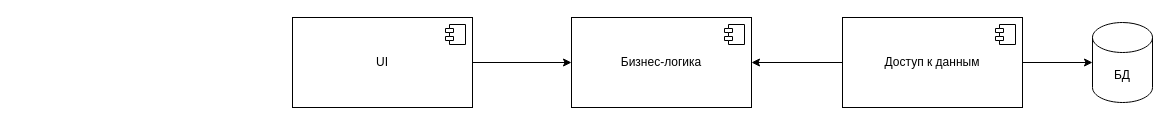
AnGREATern/RomBet keeps this draw.io diagram as report/schm/cd.drawio. Above is the earlier version. Source tidied: cells renumbered, new cells numbered last; positions are measured from the earlier drawing's top-left corner, leaving out a move shared by most shapes. Both pictures are drawn from the tidied source at 100%, with x=0, y=0 at pixel (292, 17).
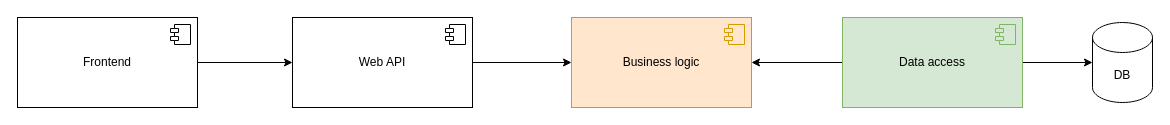
The same page after the edit.

Commit message (it also covers changes not shown here):
Add colors for categorized components, edit UML

The edit, as a diff of the source:
```diff
@@
 <mxGraphModel>
   <root>
     <mxCell id="0" />
     <mxCell id="1" parent="0" />
-    <mxCell id="2" value="БД" style="shape=cylinder3;whiteSpace=wrap;html=1;boundedLbl=1;backgroundOutline=1;size=15;" parent="1" vertex="1">
+    <mxCell id="2" value="DB" style="shape=cylinder3;whiteSpace=wrap;html=1;boundedLbl=1;backgroundOutline=1;size=15;" parent="1" vertex="1">
       <mxGeometry x="800" y="5" width="60" height="80" as="geometry" />
     </mxCell>
     <mxCell id="3" style="edgeStyle=none;html=1;exitX=1;exitY=0.5;exitDx=0;exitDy=0;entryX=0;entryY=0.5;entryDx=0;entryDy=0;entryPerimeter=0;" parent="1" edge="1" source="5" target="2">
       <mxGeometry relative="1" as="geometry" />
     </mxCell>
     <mxCell id="4" style="edgeStyle=none;html=1;exitX=0;exitY=0.5;exitDx=0;exitDy=0;entryX=1;entryY=0.5;entryDx=0;entryDy=0;" parent="1" edge="1" source="5" target="7">
       <mxGeometry relative="1" as="geometry" />
     </mxCell>
-    <mxCell id="5" value="Доступ к данным" style="html=1;whiteSpace=wrap;" parent="1" vertex="1">
+    <mxCell id="5" value="Data access" style="html=1;whiteSpace=wrap;fillColor=#d5e8d4;strokeColor=#82b366;" parent="1" vertex="1">
       <mxGeometry x="550" width="180" height="90" as="geometry" />
     </mxCell>
-    <mxCell id="6" style="shape=module;jettyWidth=8;jettyHeight=4;" parent="5" vertex="1">
+    <mxCell id="6" style="shape=module;jettyWidth=8;jettyHeight=4;fillColor=#d5e8d4;strokeColor=#82b366;" parent="5" vertex="1">
       <mxGeometry x="1" width="20" height="20" relative="1" as="geometry">
         <mxPoint x="-27" y="7" as="offset" />
       </mxGeometry>
     </mxCell>
-    <mxCell id="7" value="&lt;span style=&quot;color: rgb(0, 0, 0);&quot;&gt;Бизнес-логика&lt;/span&gt;" style="html=1;whiteSpace=wrap;" parent="1" vertex="1">
+    <mxCell id="7" value="&lt;span style=&quot;color: rgb(0, 0, 0);&quot;&gt;Business logic&lt;/span&gt;" style="html=1;whiteSpace=wrap;fillColor=#ffe6cc;strokeColor=#d79b00;" parent="1" vertex="1">
       <mxGeometry x="279" width="180" height="90" as="geometry" />
     </mxCell>
-    <mxCell id="8" style="shape=module;jettyWidth=8;jettyHeight=4;" parent="7" vertex="1">
+    <mxCell id="8" style="shape=module;jettyWidth=8;jettyHeight=4;fillColor=#ffe6cc;strokeColor=#d79b00;" parent="7" vertex="1">
       <mxGeometry x="1" width="20" height="20" relative="1" as="geometry">
         <mxPoint x="-27" y="7" as="offset" />
       </mxGeometry>
     </mxCell>
     <mxCell id="9" style="edgeStyle=none;html=1;exitX=1;exitY=0.5;exitDx=0;exitDy=0;entryX=0;entryY=0.5;entryDx=0;entryDy=0;" parent="1" edge="1" source="10" target="7">
       <mxGeometry relative="1" as="geometry" />
     </mxCell>
-    <mxCell id="10" value="UI" style="html=1;whiteSpace=wrap;" parent="1" vertex="1">
+    <mxCell id="10" value="Web API" style="html=1;whiteSpace=wrap;" parent="1" vertex="1">
       <mxGeometry width="180" height="90" as="geometry" />
     </mxCell>
     <mxCell id="11" style="shape=module;jettyWidth=8;jettyHeight=4;" parent="10" vertex="1">
       <mxGeometry x="1" width="20" height="20" relative="1" as="geometry">
         <mxPoint x="-27" y="7" as="offset" />
       </mxGeometry>
     </mxCell>
+    <mxCell id="12" style="edgeStyle=none;html=1;exitX=1;exitY=0.5;exitDx=0;exitDy=0;entryX=0;entryY=0.5;entryDx=0;entryDy=0;" parent="1" edge="1" source="13" target="10">
+      <mxGeometry relative="1" as="geometry" />
+    </mxCell>
+    <mxCell id="13" value="Frontend" style="html=1;whiteSpace=wrap;" parent="1" vertex="1">
+      <mxGeometry x="-275" width="180" height="90" as="geometry" />
+    </mxCell>
+    <mxCell id="14" style="shape=module;jettyWidth=8;jettyHeight=4;" parent="13" vertex="1">
+      <mxGeometry x="1" width="20" height="20" relative="1" as="geometry">
+        <mxPoint x="-27" y="7" as="offset" />
+      </mxGeometry>
+    </mxCell>
   </root>
 </mxGraphModel>
```
